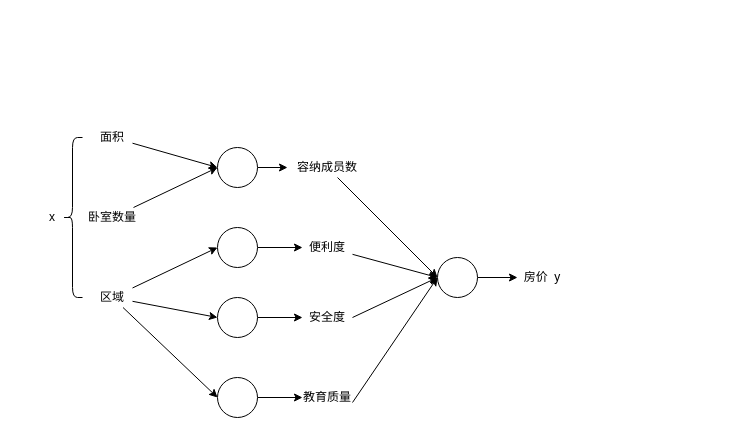
Earlier version of the draw.io diagram workshop0/assets/housingpricenn.dio (hchen13/ai_workshops). Source tidied: cells renumbered, new cells numbered last; positions are measured from the earlier drawing's top-left corner, leaving out a move shared by most shapes. Both pictures are drawn from the tidied source at 100%, with x=0, y=0 at pixel (32, 127).
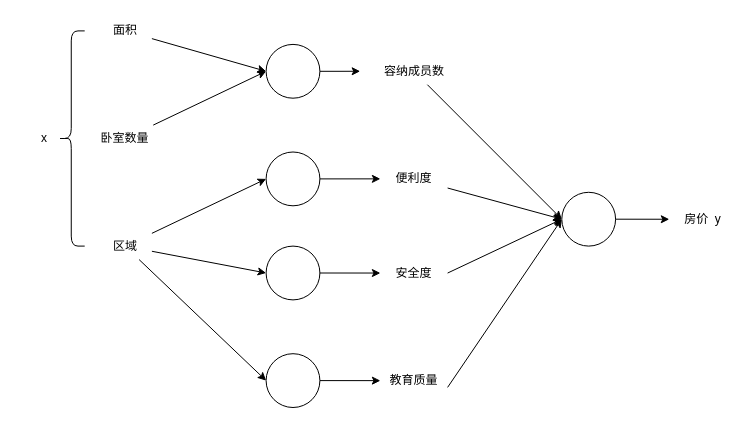
Above is the later version.

Change to the diagram source:
```diff
@@
-    <mxCell id="2" style="edgeStyle=orthogonalEdgeStyle;rounded=0;html=1;entryX=0;entryY=0.5;jettySize=auto;" parent="1" edge="1" source="3" target="7">
-      <mxGeometry relative="1" as="geometry" />
-    </mxCell>
+    <mxCell id="31" style="group;" parent="1" vertex="1">
+      <mxGeometry x="-15" y="-110" width="719" height="390" as="geometry" />
+    </mxCell>
-    <mxCell id="3" style="ellipse;whiteSpace=wrap;html=1;" parent="1" vertex="1">
-      <mxGeometry x="185" y="20" width="40" height="40" as="geometry" />
+    <mxCell id="3" style="ellipse;whiteSpace=wrap;html=1;" parent="31" vertex="1">
+      <mxGeometry x="248.6" y="26.9" width="53.8" height="53.8" as="geometry" />
     </mxCell>
-    <mxCell id="4" style="rounded=0;html=1;entryX=0;entryY=0.5;jettySize=auto;" parent="1" edge="1" source="5" target="3">
+    <mxCell id="4" style="rounded=0;html=1;entryX=0;entryY=0.5;jettySize=auto;" parent="31" edge="1" source="5" target="3">
       <mxGeometry relative="1" as="geometry" />
     </mxCell>
-    <mxCell id="5" value="面积" style="text;html=1;strokeColor=none;fillColor=none;align=center;verticalAlign=middle;whiteSpace=wrap;rounded=0;" parent="1" vertex="1">
-      <mxGeometry x="60" width="40" height="20" as="geometry" />
+    <mxCell id="5" value="面积" style="text;html=1;strokeColor=none;fillColor=none;align=center;verticalAlign=middle;whiteSpace=wrap;rounded=0;" parent="31" vertex="1">
+      <mxGeometry x="80.6" width="53.8" height="26.9" as="geometry" />
     </mxCell>
-    <mxCell id="6" style="edgeStyle=none;rounded=0;comic=0;jumpStyle=none;html=1;entryX=0;entryY=0.5;jettySize=auto;" parent="1" edge="1" source="7" target="27">
-      <mxGeometry relative="1" as="geometry" />
-    </mxCell>
-    <mxCell id="7" value="容纳成员数" style="text;html=1;strokeColor=none;fillColor=none;align=center;verticalAlign=middle;whiteSpace=wrap;rounded=0;" parent="1" vertex="1">
-      <mxGeometry x="255" y="30" width="80" height="20" as="geometry" />
+    <mxCell id="7" value="容纳成员数" style="text;html=1;strokeColor=none;fillColor=none;align=center;verticalAlign=middle;whiteSpace=wrap;rounded=0;" parent="31" vertex="1">
+      <mxGeometry x="342.7" y="40.3" width="107.5" height="26.9" as="geometry" />
     </mxCell>
+    <mxCell id="2" style="edgeStyle=orthogonalEdgeStyle;rounded=0;html=1;entryX=0;entryY=0.5;jettySize=auto;" parent="31" edge="1" source="3" target="7">
+      <mxGeometry relative="1" as="geometry" />
+    </mxCell>
-    <mxCell id="8" style="html=1;entryX=0;entryY=0.5;jettySize=auto;jumpStyle=none;rounded=0;comic=0;" parent="1" edge="1" source="9" target="3">
+    <mxCell id="8" style="html=1;entryX=0;entryY=0.5;jettySize=auto;jumpStyle=none;rounded=0;comic=0;" parent="31" edge="1" source="9" target="3">
       <mxGeometry relative="1" as="geometry" />
     </mxCell>
-    <mxCell id="9" value="卧室数量" style="text;html=1;strokeColor=none;fillColor=none;align=center;verticalAlign=middle;whiteSpace=wrap;rounded=0;" parent="1" vertex="1">
-      <mxGeometry x="50" y="80" width="60" height="20" as="geometry" />
+    <mxCell id="9" value="卧室数量" style="text;html=1;strokeColor=none;fillColor=none;align=center;verticalAlign=middle;whiteSpace=wrap;rounded=0;" parent="31" vertex="1">
+      <mxGeometry x="67.2" y="107.6" width="80.6" height="26.9" as="geometry" />
     </mxCell>
+    <mxCell id="13" value="区域" style="text;html=1;strokeColor=none;fillColor=none;align=center;verticalAlign=middle;whiteSpace=wrap;rounded=0;" parent="31" vertex="1">
+      <mxGeometry x="80.6" y="215.2" width="53.8" height="26.9" as="geometry" />
+    </mxCell>
+    <mxCell id="15" style="ellipse;whiteSpace=wrap;html=1;" parent="31" vertex="1">
+      <mxGeometry x="248.6" y="134.5" width="53.8" height="53.8" as="geometry" />
+    </mxCell>
-    <mxCell id="10" style="edgeStyle=none;rounded=0;comic=0;jumpStyle=none;html=1;entryX=0;entryY=0.5;jettySize=auto;" parent="1" edge="1" source="13" target="15">
+    <mxCell id="10" style="edgeStyle=none;rounded=0;comic=0;jumpStyle=none;html=1;entryX=0;entryY=0.5;jettySize=auto;" parent="31" edge="1" source="13" target="15">
       <mxGeometry relative="1" as="geometry" />
     </mxCell>
-    <mxCell id="11" style="edgeStyle=none;rounded=0;comic=0;jumpStyle=none;html=1;entryX=0;entryY=0.5;jettySize=auto;" parent="1" edge="1" source="13" target="19">
-      <mxGeometry relative="1" as="geometry" />
-    </mxCell>
-    <mxCell id="12" style="edgeStyle=none;rounded=0;comic=0;jumpStyle=none;html=1;entryX=0;entryY=0.5;jettySize=auto;" parent="1" edge="1" source="13" target="21">
-      <mxGeometry relative="1" as="geometry" />
-    </mxCell>
-    <mxCell id="13" value="区域" style="text;html=1;strokeColor=none;fillColor=none;align=center;verticalAlign=middle;whiteSpace=wrap;rounded=0;" parent="1" vertex="1">
-      <mxGeometry x="60" y="160" width="40" height="20" as="geometry" />
-    </mxCell>
-    <mxCell id="14" style="edgeStyle=none;rounded=0;comic=0;jumpStyle=none;html=1;jettySize=auto;" parent="1" edge="1" source="15" target="17">
-      <mxGeometry relative="1" as="geometry" />
-    </mxCell>
-    <mxCell id="15" style="ellipse;whiteSpace=wrap;html=1;" parent="1" vertex="1">
-      <mxGeometry x="185" y="100" width="40" height="40" as="geometry" />
-    </mxCell>
-    <mxCell id="16" style="edgeStyle=none;rounded=0;comic=0;jumpStyle=none;html=1;jettySize=auto;" parent="1" edge="1" source="17">
+    <mxCell id="16" style="edgeStyle=none;rounded=0;comic=0;jumpStyle=none;html=1;jettySize=auto;" parent="31" edge="1" source="17">
       <mxGeometry relative="1" as="geometry">
-        <mxPoint x="405" y="150" as="targetPoint" />
+        <mxPoint x="544.3" y="201.7" as="targetPoint" />
       </mxGeometry>
     </mxCell>
-    <mxCell id="17" value="便利度" style="text;html=1;strokeColor=none;fillColor=none;align=center;verticalAlign=middle;whiteSpace=wrap;rounded=0;" parent="1" vertex="1">
-      <mxGeometry x="270" y="110" width="50" height="20" as="geometry" />
+    <mxCell id="17" value="便利度" style="text;html=1;strokeColor=none;fillColor=none;align=center;verticalAlign=middle;whiteSpace=wrap;rounded=0;" parent="31" vertex="1">
+      <mxGeometry x="362.9" y="147.9" width="67.2" height="26.9" as="geometry" />
     </mxCell>
-    <mxCell id="18" style="edgeStyle=none;rounded=0;comic=0;jumpStyle=none;html=1;entryX=0;entryY=0.5;jettySize=auto;" parent="1" edge="1" source="19" target="23">
-      <mxGeometry relative="1" as="geometry" />
-    </mxCell>
+    <mxCell id="14" style="edgeStyle=none;rounded=0;comic=0;jumpStyle=none;html=1;jettySize=auto;" parent="31" edge="1" source="15" target="17">
+      <mxGeometry relative="1" as="geometry" />
+    </mxCell>
-    <mxCell id="19" style="ellipse;whiteSpace=wrap;html=1;" parent="1" vertex="1">
-      <mxGeometry x="185" y="170" width="40" height="40" as="geometry" />
+    <mxCell id="19" style="ellipse;whiteSpace=wrap;html=1;" parent="31" vertex="1">
+      <mxGeometry x="248.6" y="228.6" width="53.8" height="53.8" as="geometry" />
     </mxCell>
-    <mxCell id="20" style="edgeStyle=none;rounded=0;comic=0;jumpStyle=none;html=1;entryX=0;entryY=0.5;jettySize=auto;" parent="1" edge="1" source="21" target="25">
-      <mxGeometry relative="1" as="geometry" />
-    </mxCell>
+    <mxCell id="11" style="edgeStyle=none;rounded=0;comic=0;jumpStyle=none;html=1;entryX=0;entryY=0.5;jettySize=auto;" parent="31" edge="1" source="13" target="19">
+      <mxGeometry relative="1" as="geometry" />
+    </mxCell>
-    <mxCell id="21" style="ellipse;whiteSpace=wrap;html=1;" parent="1" vertex="1">
-      <mxGeometry x="185" y="250" width="40" height="40" as="geometry" />
+    <mxCell id="21" style="ellipse;whiteSpace=wrap;html=1;" parent="31" vertex="1">
+      <mxGeometry x="248.6" y="336.2" width="53.8" height="53.8" as="geometry" />
     </mxCell>
+    <mxCell id="12" style="edgeStyle=none;rounded=0;comic=0;jumpStyle=none;html=1;entryX=0;entryY=0.5;jettySize=auto;" parent="31" edge="1" source="13" target="21">
+      <mxGeometry relative="1" as="geometry" />
+    </mxCell>
-    <mxCell id="22" style="edgeStyle=none;rounded=0;comic=0;jumpStyle=none;html=1;exitX=1;exitY=0.5;jettySize=auto;" parent="1" edge="1" source="23">
+    <mxCell id="22" style="edgeStyle=none;rounded=0;comic=0;jumpStyle=none;html=1;exitX=1;exitY=0.5;jettySize=auto;" parent="31" edge="1" source="23">
       <mxGeometry relative="1" as="geometry">
-        <mxPoint x="405" y="150" as="targetPoint" />
+        <mxPoint x="544.3" y="201.7" as="targetPoint" />
       </mxGeometry>
     </mxCell>
-    <mxCell id="23" value="安全度" style="text;html=1;strokeColor=none;fillColor=none;align=center;verticalAlign=middle;whiteSpace=wrap;rounded=0;" parent="1" vertex="1">
-      <mxGeometry x="270" y="180" width="50" height="20" as="geometry" />
+    <mxCell id="23" value="安全度" style="text;html=1;strokeColor=none;fillColor=none;align=center;verticalAlign=middle;whiteSpace=wrap;rounded=0;" parent="31" vertex="1">
+      <mxGeometry x="362.9" y="242.1" width="67.2" height="26.9" as="geometry" />
     </mxCell>
+    <mxCell id="18" style="edgeStyle=none;rounded=0;comic=0;jumpStyle=none;html=1;entryX=0;entryY=0.5;jettySize=auto;" parent="31" edge="1" source="19" target="23">
+      <mxGeometry relative="1" as="geometry" />
+    </mxCell>
-    <mxCell id="24" style="edgeStyle=none;rounded=0;comic=0;jumpStyle=none;html=1;exitX=1;exitY=0.75;jettySize=auto;" parent="1" edge="1" source="25">
+    <mxCell id="24" style="edgeStyle=none;rounded=0;comic=0;jumpStyle=none;html=1;exitX=1;exitY=0.75;jettySize=auto;" parent="31" edge="1" source="25">
       <mxGeometry relative="1" as="geometry">
-        <mxPoint x="405" y="150" as="targetPoint" />
+        <mxPoint x="544.3" y="201.7" as="targetPoint" />
       </mxGeometry>
     </mxCell>
-    <mxCell id="25" value="教育质量" style="text;html=1;strokeColor=none;fillColor=none;align=center;verticalAlign=middle;whiteSpace=wrap;rounded=0;" parent="1" vertex="1">
-      <mxGeometry x="270" y="260" width="50" height="20" as="geometry" />
+    <mxCell id="25" value="教育质量" style="text;html=1;strokeColor=none;fillColor=none;align=center;verticalAlign=middle;whiteSpace=wrap;rounded=0;" parent="31" vertex="1">
+      <mxGeometry x="362.9" y="349.7" width="67.2" height="26.9" as="geometry" />
     </mxCell>
+    <mxCell id="20" style="edgeStyle=none;rounded=0;comic=0;jumpStyle=none;html=1;entryX=0;entryY=0.5;jettySize=auto;" parent="31" edge="1" source="21" target="25">
+      <mxGeometry relative="1" as="geometry" />
+    </mxCell>
+    <mxCell id="27" style="ellipse;whiteSpace=wrap;html=1;" parent="31" vertex="1">
+      <mxGeometry x="544.3" y="174.8" width="53.8" height="53.8" as="geometry" />
+    </mxCell>
+    <mxCell id="6" style="edgeStyle=none;rounded=0;comic=0;jumpStyle=none;html=1;entryX=0;entryY=0.5;jettySize=auto;" parent="31" edge="1" source="7" target="27">
+      <mxGeometry relative="1" as="geometry" />
+    </mxCell>
+    <mxCell id="28" value="房价&amp;nbsp; y" style="text;html=1;strokeColor=none;fillColor=none;align=center;verticalAlign=middle;whiteSpace=wrap;rounded=0;" parent="31" vertex="1">
+      <mxGeometry x="651.8" y="188.3" width="67.2" height="26.9" as="geometry" />
+    </mxCell>
-    <mxCell id="26" style="edgeStyle=none;rounded=0;comic=0;jumpStyle=none;html=1;entryX=0;entryY=0.5;jettySize=auto;" parent="1" edge="1" source="27" target="28">
+    <mxCell id="26" style="edgeStyle=none;rounded=0;comic=0;jumpStyle=none;html=1;entryX=0;entryY=0.5;jettySize=auto;" parent="31" edge="1" source="27" target="28">
       <mxGeometry relative="1" as="geometry" />
     </mxCell>
-    <mxCell id="27" style="ellipse;whiteSpace=wrap;html=1;" parent="1" vertex="1">
-      <mxGeometry x="405" y="130" width="40" height="40" as="geometry" />
-    </mxCell>
-    <mxCell id="28" value="房价&amp;nbsp; y" style="text;html=1;strokeColor=none;fillColor=none;align=center;verticalAlign=middle;whiteSpace=wrap;rounded=0;" parent="1" vertex="1">
-      <mxGeometry x="485" y="140" width="50" height="20" as="geometry" />
-    </mxCell>
-    <mxCell id="29" style="shape=curlyBracket;whiteSpace=wrap;html=1;rounded=1;" parent="1" vertex="1">
-      <mxGeometry x="30" y="10" width="20" height="160" as="geometry" />
+    <mxCell id="29" style="shape=curlyBracket;whiteSpace=wrap;html=1;rounded=1;" parent="31" vertex="1">
+      <mxGeometry x="40.3" y="13.4" width="26.9" height="215.2" as="geometry" />
     </mxCell>
-    <mxCell id="30" value="x" style="text;html=1;strokeColor=none;fillColor=none;align=center;verticalAlign=middle;whiteSpace=wrap;rounded=0;" parent="1" vertex="1">
-      <mxGeometry y="80" width="40" height="20" as="geometry" />
+    <mxCell id="30" value="x" style="text;html=1;strokeColor=none;fillColor=none;align=center;verticalAlign=middle;whiteSpace=wrap;rounded=0;" parent="31" vertex="1">
+      <mxGeometry y="107.6" width="53.8" height="26.9" as="geometry" />
     </mxCell>
```
